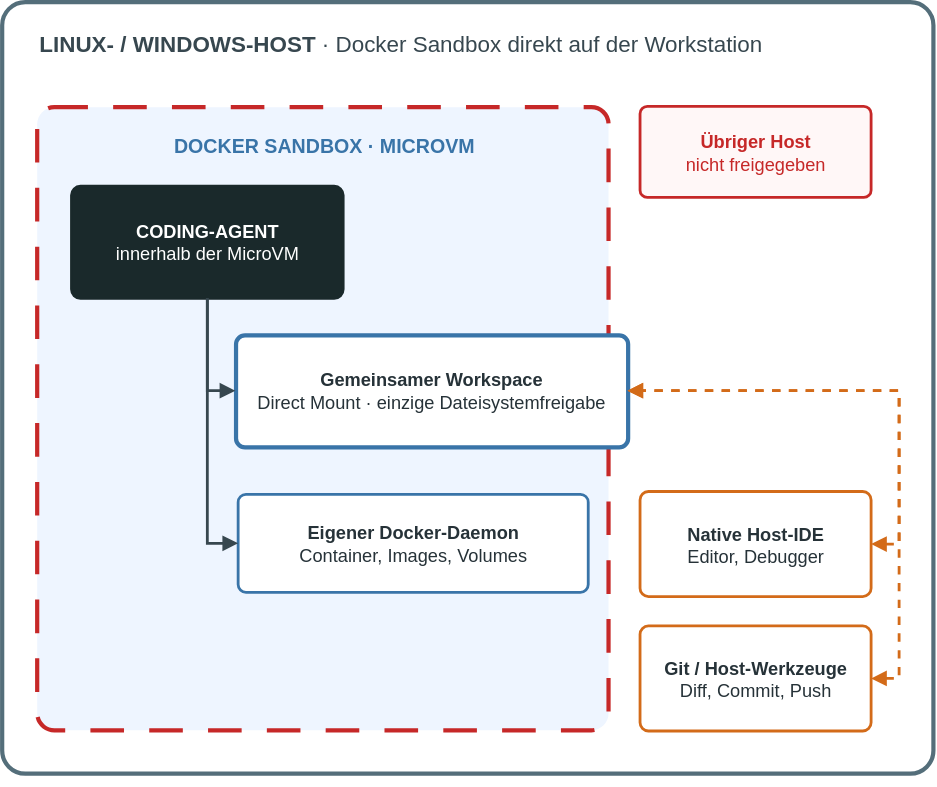
Earlier version of the draw.io export content/blog/posts/die-workstation-ist-die-sandbox/docker-sandbox-host.drawio.svg (phoenixrvd/blog). Source tidied: cells renumbered, new cells last; positions are measured from the earlier drawing's top-left corner, leaving out a move shared by most shapes. Source of this version:
```xml
<mxGraphModel>
  <root>
    <mxCell id="0" />
    <mxCell id="1" parent="0" />
    <mxCell id="2" style="rounded=1;whiteSpace=wrap;html=1;arcSize=3;fillColor=none;strokeColor=#546e7a;strokeWidth=3;" parent="1" vertex="1">
      <mxGeometry width="665" height="551" as="geometry" />
    </mxCell>
    <mxCell id="3" value="&lt;b&gt;LINUX- / WINDOWS-HOST&lt;/b&gt; · Docker Sandbox direkt auf der Workstation" style="text;html=1;align=left;verticalAlign=middle;fontSize=16;fontColor=#37474f;" parent="1" vertex="1">
      <mxGeometry x="25" y="15" width="600" height="30" as="geometry" />
    </mxCell>
    <mxCell id="4" style="rounded=1;whiteSpace=wrap;html=1;arcSize=3;fillColor=#eef5ff;strokeColor=#C62828;strokeWidth=3;dashed=1;dashPattern=8 6;" parent="1" vertex="1">
      <mxGeometry x="25" y="75" width="408" height="445" as="geometry" />
    </mxCell>
    <mxCell id="5" value="&lt;b&gt;DOCKER SANDBOX · MICROVM&lt;/b&gt;" style="text;html=1;align=center;verticalAlign=middle;fontSize=14;fontColor=#3974a8;" parent="1" vertex="1">
      <mxGeometry x="55" y="90" width="350" height="25" as="geometry" />
    </mxCell>
    <mxCell id="6" value="&lt;b&gt;CODING-AGENT&lt;/b&gt;&lt;br&gt;innerhalb der MicroVM" style="rounded=1;whiteSpace=wrap;html=1;arcSize=8;fillColor=#1a292b;strokeColor=#1a292b;strokeWidth=2;fontColor=#ffffff;fontSize=13;" parent="1" vertex="1">
      <mxGeometry x="50" y="132" width="194" height="80" as="geometry" />
    </mxCell>
    <mxCell id="7" value="&lt;b&gt;Eigener Docker-Daemon&lt;/b&gt;&lt;br&gt;Container, Images, Volumes" style="rounded=1;whiteSpace=wrap;html=1;arcSize=8;fillColor=#ffffff;strokeColor=#3974a8;strokeWidth=2;fontColor=#263238;fontSize=13;" parent="1" vertex="1">
      <mxGeometry x="169" y="352" width="250" height="70" as="geometry" />
    </mxCell>
    <mxCell id="8" value="&lt;b&gt;Gemeinsamer Workspace&lt;/b&gt;&lt;br&gt;Direct Mount · einzige Dateisystemfreigabe" style="rounded=1;whiteSpace=wrap;html=1;arcSize=8;fillColor=#ffffff;strokeColor=#3974a8;strokeWidth=3;fontColor=#263238;fontSize=13;" parent="1" vertex="1">
      <mxGeometry x="167" y="238" width="280" height="80" as="geometry" />
    </mxCell>
    <mxCell id="9" value="&lt;b&gt;Native Host-IDE&lt;/b&gt;&lt;br&gt;Editor, Debugger" style="rounded=1;whiteSpace=wrap;html=1;arcSize=8;fillColor=#ffffff;strokeColor=#d36b19;strokeWidth=2;fontColor=#263238;fontSize=13;" parent="1" vertex="1">
      <mxGeometry x="456" y="350" width="165" height="75" as="geometry" />
    </mxCell>
    <mxCell id="10" value="&lt;b&gt;Git / Host-Werkzeuge&lt;/b&gt;&lt;br&gt;Diff, Commit, Push" style="rounded=1;whiteSpace=wrap;html=1;arcSize=8;fillColor=#ffffff;strokeColor=#d36b19;strokeWidth=2;fontColor=#263238;fontSize=13;" parent="1" vertex="1">
      <mxGeometry x="456" y="446" width="165" height="75" as="geometry" />
    </mxCell>
    <mxCell id="11" value="&lt;b&gt;Übriger Host&lt;/b&gt;&lt;br&gt;nicht freigegeben" style="rounded=1;whiteSpace=wrap;html=1;arcSize=8;fillColor=#fff7f7;strokeColor=#C62828;strokeWidth=2;fontColor=#C62828;fontSize=13;" parent="1" vertex="1">
      <mxGeometry x="456" y="75" width="165" height="65" as="geometry" />
    </mxCell>
    <mxCell id="12" style="edgeStyle=orthogonalEdgeStyle;rounded=0;jettySize=auto;html=1;strokeColor=#37474f;strokeWidth=2;endArrow=block;endFill=1;entryX=0;entryY=0.5;entryDx=0;entryDy=0;exitX=0.5;exitY=1;exitDx=0;exitDy=0;" parent="1" edge="1" source="6" target="8">
      <mxGeometry relative="1" as="geometry" />
    </mxCell>
    <mxCell id="13" style="edgeStyle=orthogonalEdgeStyle;rounded=0;jettySize=auto;html=1;strokeColor=#37474f;strokeWidth=2;endArrow=block;endFill=1;exitX=0.5;exitY=1;exitDx=0;exitDy=0;entryX=0;entryY=0.5;entryDx=0;entryDy=0;" parent="1" edge="1" source="6" target="7">
      <mxGeometry relative="1" as="geometry" />
    </mxCell>
    <mxCell id="14" style="edgeStyle=orthogonalEdgeStyle;rounded=0;jettySize=auto;html=1;strokeColor=#d36b19;strokeWidth=2;dashed=1;dashPattern=3 3;startArrow=block;startFill=1;endArrow=block;endFill=1;entryX=1;entryY=0.5;entryDx=0;entryDy=0;exitX=1;exitY=0.5;exitDx=0;exitDy=0;" parent="1" edge="1" source="9" target="8">
      <mxGeometry relative="1" as="geometry" />
    </mxCell>
    <mxCell id="15" style="edgeStyle=orthogonalEdgeStyle;rounded=0;jettySize=auto;html=1;strokeColor=#d36b19;strokeWidth=2;dashed=1;dashPattern=3 3;startArrow=block;startFill=1;endArrow=block;endFill=1;entryX=1;entryY=0.5;entryDx=0;entryDy=0;exitX=1;exitY=0.5;exitDx=0;exitDy=0;" parent="1" edge="1" source="10" target="8">
      <mxGeometry relative="1" as="geometry" />
    </mxCell>
    <mxCell id="16" style="edgeStyle=orthogonalEdgeStyle;rounded=0;orthogonalLoop=1;jettySize=auto;html=1;innerLoopWaypoints=1;exitX=0.5;exitY=1;exitDx=0;exitDy=0;" parent="1" edge="1" source="2" target="2">
      <mxGeometry relative="1" as="geometry" />
    </mxCell>
  </root>
</mxGraphModel>
```
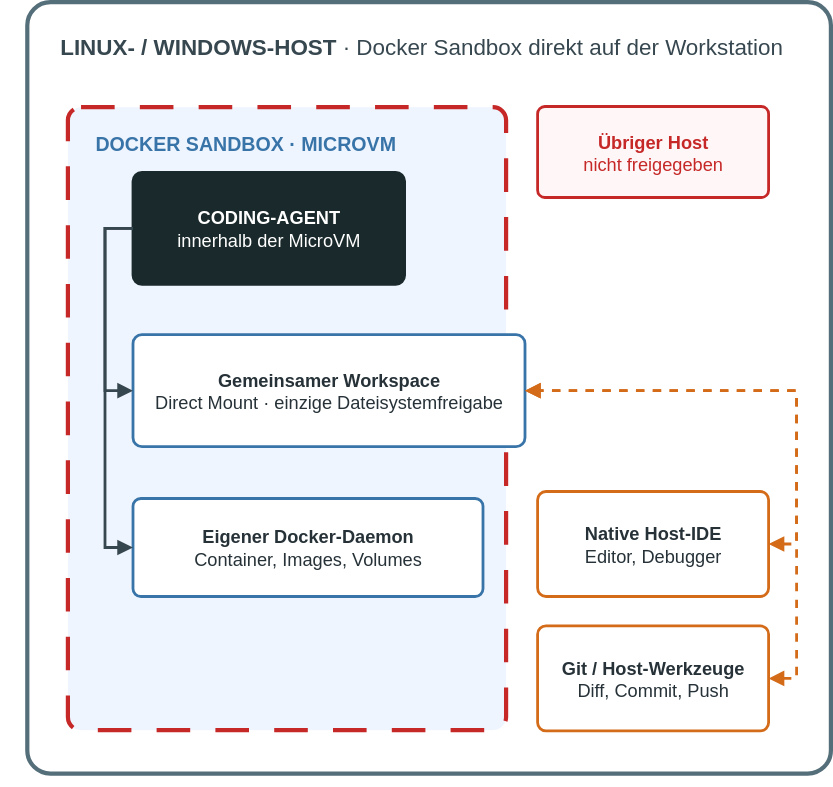
The same file after the commit.

Commit message:
small fixes in diagram layout

Change to the diagram source:
```diff
@@ -3,24 +3,24 @@
     <mxCell id="0" />
     <mxCell id="1" parent="0" />
     <mxCell id="2" style="rounded=1;whiteSpace=wrap;html=1;arcSize=3;fillColor=none;strokeColor=#546e7a;strokeWidth=3;" parent="1" vertex="1">
-      <mxGeometry width="665" height="551" as="geometry" />
+      <mxGeometry x="91" width="574" height="551" as="geometry" />
     </mxCell>
     <mxCell id="3" value="&lt;b&gt;LINUX- / WINDOWS-HOST&lt;/b&gt; · Docker Sandbox direkt auf der Workstation" style="text;html=1;align=left;verticalAlign=middle;fontSize=16;fontColor=#37474f;" parent="1" vertex="1">
-      <mxGeometry x="25" y="15" width="600" height="30" as="geometry" />
+      <mxGeometry x="113" y="17" width="531" height="30" as="geometry" />
     </mxCell>
     <mxCell id="4" style="rounded=1;whiteSpace=wrap;html=1;arcSize=3;fillColor=#eef5ff;strokeColor=#C62828;strokeWidth=3;dashed=1;dashPattern=8 6;" parent="1" vertex="1">
-      <mxGeometry x="25" y="75" width="408" height="445" as="geometry" />
+      <mxGeometry x="120" y="75" width="313" height="445" as="geometry" />
     </mxCell>
     <mxCell id="5" value="&lt;b&gt;DOCKER SANDBOX · MICROVM&lt;/b&gt;" style="text;html=1;align=center;verticalAlign=middle;fontSize=14;fontColor=#3974a8;" parent="1" vertex="1">
-      <mxGeometry x="55" y="90" width="350" height="25" as="geometry" />
+      <mxGeometry x="72" y="89" width="350" height="25" as="geometry" />
     </mxCell>
     <mxCell id="6" value="&lt;b&gt;CODING-AGENT&lt;/b&gt;&lt;br&gt;innerhalb der MicroVM" style="rounded=1;whiteSpace=wrap;html=1;arcSize=8;fillColor=#1a292b;strokeColor=#1a292b;strokeWidth=2;fontColor=#ffffff;fontSize=13;" parent="1" vertex="1">
-      <mxGeometry x="50" y="132" width="194" height="80" as="geometry" />
+      <mxGeometry x="167" y="122" width="194" height="80" as="geometry" />
     </mxCell>
     <mxCell id="7" value="&lt;b&gt;Eigener Docker-Daemon&lt;/b&gt;&lt;br&gt;Container, Images, Volumes" style="rounded=1;whiteSpace=wrap;html=1;arcSize=8;fillColor=#ffffff;strokeColor=#3974a8;strokeWidth=2;fontColor=#263238;fontSize=13;" parent="1" vertex="1">
-      <mxGeometry x="169" y="352" width="250" height="70" as="geometry" />
+      <mxGeometry x="167" y="355" width="250" height="70" as="geometry" />
     </mxCell>
-    <mxCell id="8" value="&lt;b&gt;Gemeinsamer Workspace&lt;/b&gt;&lt;br&gt;Direct Mount · einzige Dateisystemfreigabe" style="rounded=1;whiteSpace=wrap;html=1;arcSize=8;fillColor=#ffffff;strokeColor=#3974a8;strokeWidth=3;fontColor=#263238;fontSize=13;" parent="1" vertex="1">
+    <mxCell id="8" value="&lt;b&gt;Gemeinsamer Workspace&lt;/b&gt;&lt;br&gt;Direct Mount · einzige Dateisystemfreigabe" style="rounded=1;whiteSpace=wrap;html=1;arcSize=8;fillColor=#ffffff;strokeColor=#3974a8;strokeWidth=2;fontColor=#263238;fontSize=13;" parent="1" vertex="1">
       <mxGeometry x="167" y="238" width="280" height="80" as="geometry" />
     </mxCell>
     <mxCell id="9" value="&lt;b&gt;Native Host-IDE&lt;/b&gt;&lt;br&gt;Editor, Debugger" style="rounded=1;whiteSpace=wrap;html=1;arcSize=8;fillColor=#ffffff;strokeColor=#d36b19;strokeWidth=2;fontColor=#263238;fontSize=13;" parent="1" vertex="1">
@@ -32,10 +32,10 @@
     <mxCell id="11" value="&lt;b&gt;Übriger Host&lt;/b&gt;&lt;br&gt;nicht freigegeben" style="rounded=1;whiteSpace=wrap;html=1;arcSize=8;fillColor=#fff7f7;strokeColor=#C62828;strokeWidth=2;fontColor=#C62828;fontSize=13;" parent="1" vertex="1">
       <mxGeometry x="456" y="75" width="165" height="65" as="geometry" />
     </mxCell>
-    <mxCell id="12" style="edgeStyle=orthogonalEdgeStyle;rounded=0;jettySize=auto;html=1;strokeColor=#37474f;strokeWidth=2;endArrow=block;endFill=1;entryX=0;entryY=0.5;entryDx=0;entryDy=0;exitX=0.5;exitY=1;exitDx=0;exitDy=0;" parent="1" edge="1" source="6" target="8">
+    <mxCell id="12" style="edgeStyle=orthogonalEdgeStyle;rounded=0;jettySize=auto;html=1;strokeColor=#37474f;strokeWidth=2;endArrow=block;endFill=1;entryX=0;entryY=0.5;entryDx=0;entryDy=0;exitX=0;exitY=0.5;exitDx=0;exitDy=0;" parent="1" edge="1" source="6" target="8">
       <mxGeometry relative="1" as="geometry" />
     </mxCell>
-    <mxCell id="13" style="edgeStyle=orthogonalEdgeStyle;rounded=0;jettySize=auto;html=1;strokeColor=#37474f;strokeWidth=2;endArrow=block;endFill=1;exitX=0.5;exitY=1;exitDx=0;exitDy=0;entryX=0;entryY=0.5;entryDx=0;entryDy=0;" parent="1" edge="1" source="6" target="7">
+    <mxCell id="13" style="edgeStyle=orthogonalEdgeStyle;rounded=0;jettySize=auto;html=1;strokeColor=#37474f;strokeWidth=2;endArrow=block;endFill=1;exitX=0;exitY=0.5;exitDx=0;exitDy=0;entryX=0;entryY=0.5;entryDx=0;entryDy=0;" parent="1" edge="1" source="6" target="7">
       <mxGeometry relative="1" as="geometry" />
     </mxCell>
     <mxCell id="14" style="edgeStyle=orthogonalEdgeStyle;rounded=0;jettySize=auto;html=1;strokeColor=#d36b19;strokeWidth=2;dashed=1;dashPattern=3 3;startArrow=block;startFill=1;endArrow=block;endFill=1;entryX=1;entryY=0.5;entryDx=0;entryDy=0;exitX=1;exitY=0.5;exitDx=0;exitDy=0;" parent="1" edge="1" source="9" target="8">
```
